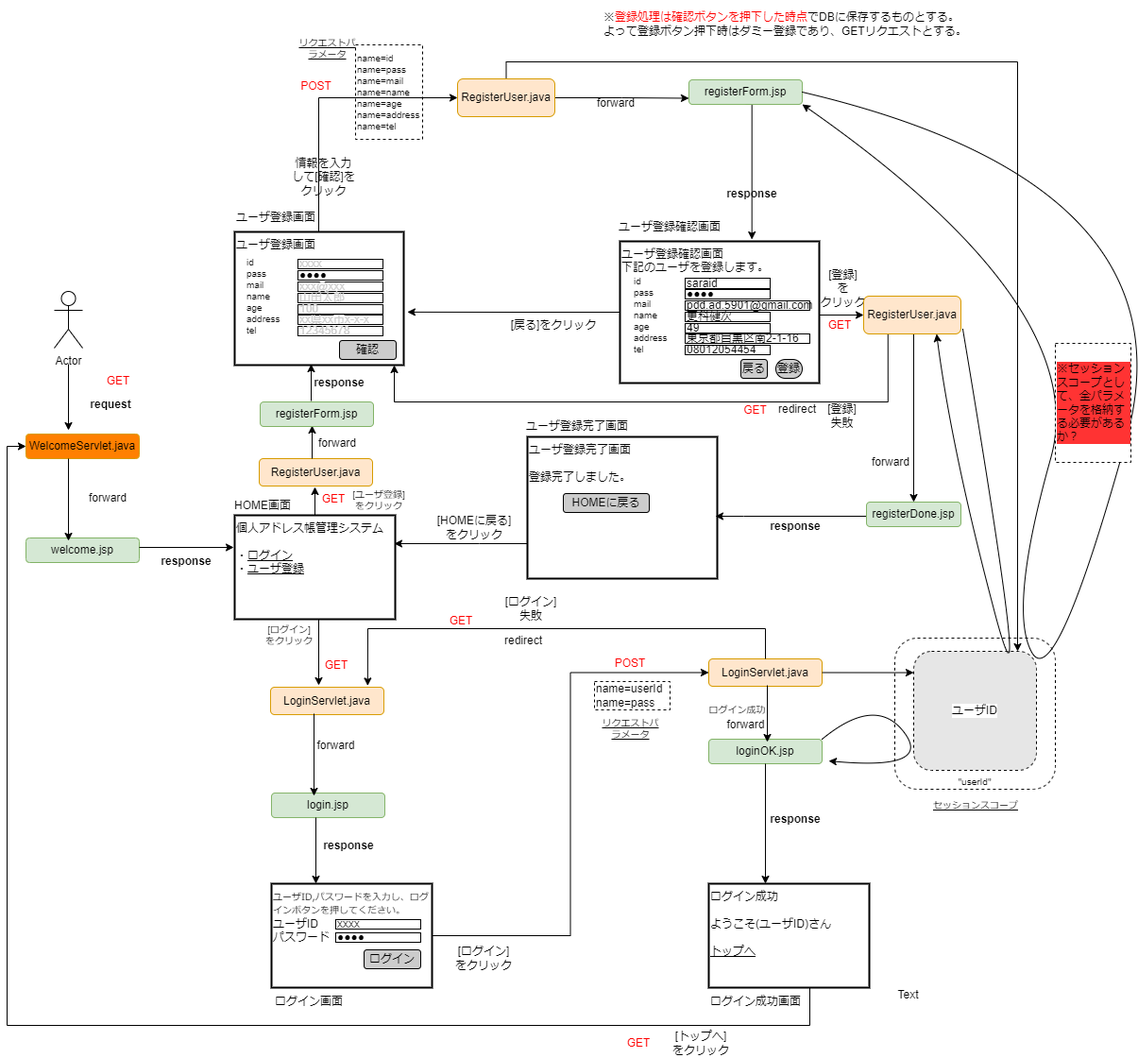
Above: 画面遷移図(拡張版2.0.0).png in saraken357/sj429-sj1401 (draw.io), before the change. Source tidied: cells renumbered, new cells last; positions are measured from the earlier drawing's top-left corner, leaving out a move shared by most shapes.
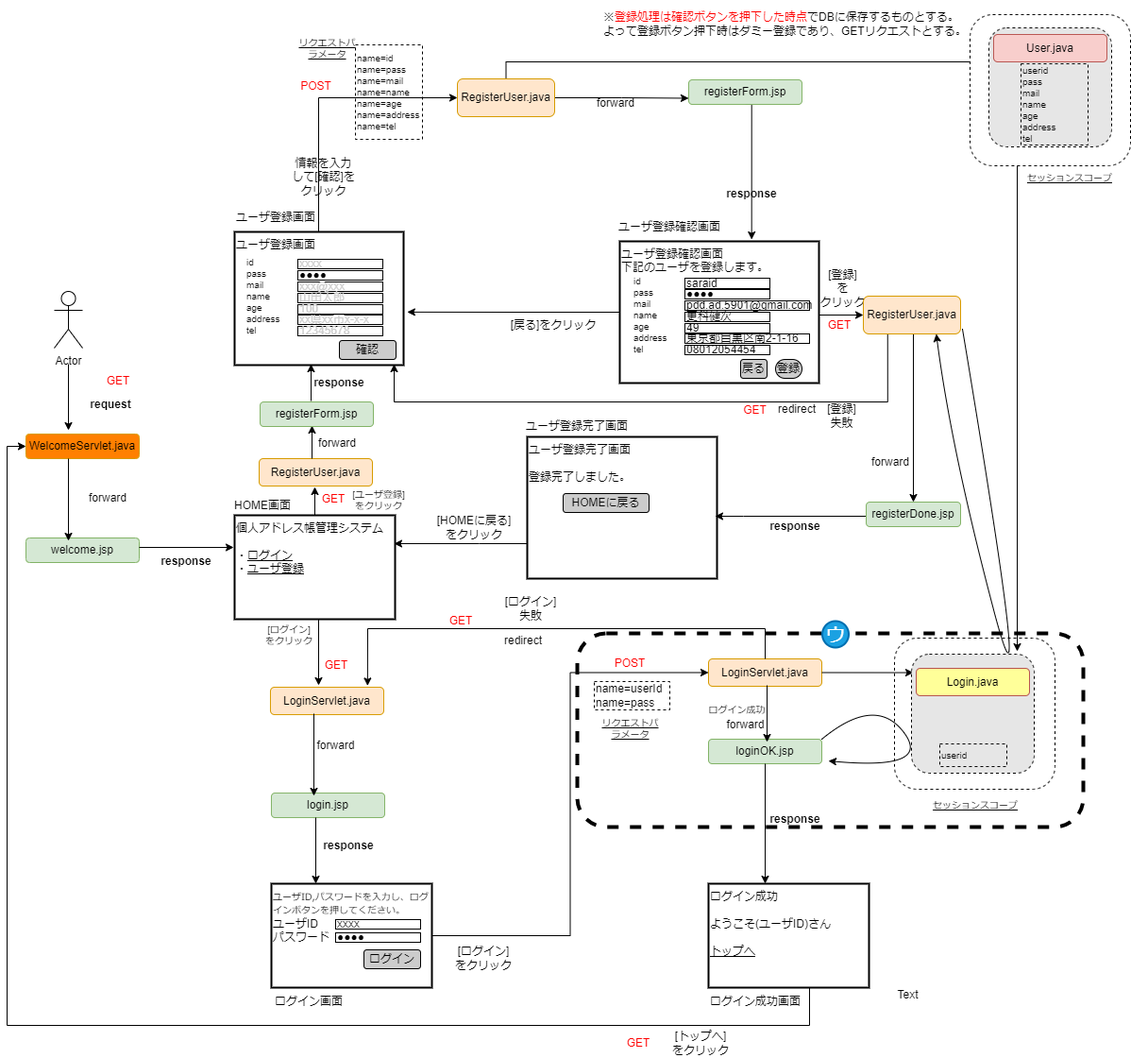
The same file after the commit.

The edit, as a diff of the source:
```diff
@@ -2,6 +2,9 @@
   <root>
     <mxCell id="0" />
     <mxCell id="1" parent="0" />
+    <mxCell id="133" value="&lt;br&gt;&lt;br&gt;&lt;br&gt;&lt;br&gt;&lt;br&gt;&lt;br&gt;&lt;br&gt;&lt;br&gt;&lt;br&gt;&lt;br&gt;&lt;br&gt;&lt;br&gt;" style="rounded=1;whiteSpace=wrap;html=1;glass=0;dashed=1;strokeColor=default;strokeWidth=4;fontSize=8;fillColor=none;" parent="1" vertex="1">
+      <mxGeometry x="604" y="670" width="536" height="205" as="geometry" />
+    </mxCell>
     <mxCell id="2" style="group;align=left;" parent="1" vertex="1">
       <mxGeometry x="265" y="379" width="170" height="140" as="geometry" />
     </mxCell>
@@ -212,17 +215,16 @@
     <mxCell id="58" value="&lt;font color=&quot;#ff0000&quot;&gt;GET&lt;/font&gt;" style="text;html=1;strokeColor=none;fillColor=none;align=center;verticalAlign=middle;whiteSpace=wrap;rounded=0;" parent="1" vertex="1">
       <mxGeometry x="629" y="1089" width="80" height="30" as="geometry" />
     </mxCell>
-    <mxCell id="59" value="&lt;br&gt;&lt;br&gt;&lt;br&gt;&lt;br&gt;&lt;br&gt;&lt;br&gt;&lt;br&gt;&lt;br&gt;&lt;br&gt;&lt;br&gt;&lt;br&gt;&lt;br&gt;&quot;userId&quot;" style="rounded=1;whiteSpace=wrap;html=1;glass=0;dashed=1;strokeColor=default;strokeWidth=1;fontSize=8;" parent="1" vertex="1">
+    <mxCell id="59" value="&lt;br&gt;&lt;br&gt;&lt;br&gt;&lt;br&gt;&lt;br&gt;&lt;br&gt;&lt;br&gt;&lt;br&gt;&lt;br&gt;&lt;br&gt;&lt;br&gt;&lt;br&gt;" style="rounded=1;whiteSpace=wrap;html=1;glass=0;dashed=1;strokeColor=default;strokeWidth=1;fontSize=8;" parent="1" vertex="1">
       <mxGeometry x="940" y="675" width="170" height="160" as="geometry" />
     </mxCell>
-    <mxCell id="60" value="&lt;font style=&quot;font-size: 12px;&quot;&gt;ユーザID&lt;/font&gt;" style="rounded=1;whiteSpace=wrap;html=1;glass=0;dashed=1;strokeColor=default;strokeWidth=1;fontSize=8;labelBackgroundColor=default;fillColor=#E6E6E6;" parent="1" vertex="1">
-      <mxGeometry x="960" y="689" width="130" height="126" as="geometry" />
-    </mxCell>
     <mxCell id="61" value="セッションスコープ" style="text;html=1;strokeColor=none;fillColor=none;align=center;verticalAlign=middle;whiteSpace=wrap;rounded=0;fontSize=8;dashed=1;glass=0;fontStyle=4;" parent="1" vertex="1">
       <mxGeometry x="976.5" y="837" width="97.5" height="30" as="geometry" />
     </mxCell>
-    <mxCell id="62" style="endArrow=classic;html=1;rounded=0;fontSize=12;exitX=1;exitY=0.5;exitDx=0;exitDy=0;entryX=0;entryY=0.179;entryDx=0;entryDy=0;entryPerimeter=0;" parent="1" edge="1" source="45" target="60">
-      <mxGeometry relative="1" as="geometry" />
+    <mxCell id="62" style="endArrow=classic;html=1;rounded=0;fontSize=12;exitX=1;exitY=0.5;exitDx=0;exitDy=0;entryX=0;entryY=0.179;entryDx=0;entryDy=0;entryPerimeter=0;" parent="1" edge="1" source="45">
+      <mxGeometry relative="1" as="geometry">
+        <mxPoint x="960" y="711.6" as="targetPoint" />
+      </mxGeometry>
     </mxCell>
     <mxCell id="63" value="Text" style="text;html=1;align=center;verticalAlign=middle;" parent="1" vertex="1">
       <mxGeometry x="929" y="1038" width="50" height="30" as="geometry" />
@@ -377,8 +379,9 @@
     <mxCell id="106" style="edgeStyle=orthogonalEdgeStyle;rounded=0;jettySize=auto;html=1;entryX=0;entryY=0.75;entryDx=0;entryDy=0;fontSize=10;fontColor=#CCCCCC;" parent="1" edge="1" source="108" target="113">
       <mxGeometry relative="1" as="geometry" />
     </mxCell>
-    <mxCell id="107" style="edgeStyle=orthogonalEdgeStyle;rounded=0;jettySize=auto;html=1;fontSize=10;fontColor=#000000;" parent="1" edge="1" source="108" target="60">
+    <mxCell id="107" style="edgeStyle=orthogonalEdgeStyle;rounded=0;jettySize=auto;html=1;fontSize=10;fontColor=#000000;" parent="1" edge="1" source="108">
       <mxGeometry relative="1" as="geometry">
+        <mxPoint x="1070" y="689" as="targetPoint" />
         <Array as="points">
           <mxPoint x="529" y="65" />
           <mxPoint x="1070" y="65" />
@@ -441,8 +444,9 @@
         </Array>
       </mxGeometry>
     </mxCell>
-    <mxCell id="120" style="edgeStyle=orthogonalEdgeStyle;rounded=0;jettySize=auto;html=1;exitX=0.25;exitY=1;exitDx=0;exitDy=0;entryX=1.011;entryY=0.863;entryDx=0;entryDy=0;entryPerimeter=0;fontSize=10;fontColor=#CCCCCC;" parent="1" edge="1" source="121" target="65">
+    <mxCell id="120" style="edgeStyle=orthogonalEdgeStyle;rounded=0;jettySize=auto;html=1;exitX=0.25;exitY=1;exitDx=0;exitDy=0;fontSize=10;fontColor=#CCCCCC;" parent="1" edge="1" source="121">
       <mxGeometry relative="1" as="geometry">
+        <mxPoint x="410" y="385" as="targetPoint" />
         <Array as="points">
           <mxPoint x="933" y="425" />
           <mxPoint x="410" y="425" />
@@ -491,21 +495,35 @@
     <mxCell id="129" value="&lt;font color=&quot;#ff0000&quot;&gt;GET&lt;/font&gt;" style="text;html=1;strokeColor=none;fillColor=none;align=center;verticalAlign=middle;whiteSpace=wrap;rounded=0;" parent="1" vertex="1">
       <mxGeometry x="768" y="422" width="49" height="23" as="geometry" />
     </mxCell>
-    <mxCell id="130" style="curved=1;endArrow=classic;html=1;rounded=0;fontSize=10;fontColor=#CCCCCC;exitX=1;exitY=0.5;exitDx=0;exitDy=0;entryX=1;entryY=1;entryDx=0;entryDy=0;" parent="1" edge="1" source="113" target="113">
-      <mxGeometry relative="1" as="geometry">
-        <Array as="points">
-          <mxPoint x="1260" y="195" />
-          <mxPoint x="1110" y="735" />
-          <mxPoint x="1060" y="645" />
-          <mxPoint x="1150" y="325" />
-        </Array>
-      </mxGeometry>
-    </mxCell>
     <mxCell id="131" value="※&lt;font color=&quot;#ff0000&quot;&gt;登録処理は確認ボタンを押下した時点&lt;/font&gt;でDBに保存するものとする。よって登録ボタン押下時はダミー登録であり、GETリクエストとする。" style="text;html=1;strokeColor=none;fillColor=none;align=left;verticalAlign=middle;whiteSpace=wrap;rounded=0;" parent="1" vertex="1">
       <mxGeometry x="630" width="390" height="50" as="geometry" />
     </mxCell>
-    <mxCell id="132" value="※セッションスコープとして、全パラメータを格納する必要があるか？" style="rounded=0;whiteSpace=wrap;html=1;strokeWidth=1;align=left;dashed=1;labelBackgroundColor=#FF3333;" parent="1" vertex="1">
-      <mxGeometry x="1110" y="363" width="80" height="126" as="geometry" />
-    </mxCell>
+    <mxCell id="134" value="&lt;br&gt;&lt;br&gt;&lt;br&gt;&lt;br&gt;&lt;br&gt;&lt;br&gt;&lt;br&gt;&lt;br&gt;&lt;br&gt;&lt;br&gt;&lt;br&gt;&lt;br&gt;" style="rounded=1;whiteSpace=wrap;html=1;glass=0;dashed=1;strokeColor=default;strokeWidth=1;fontSize=8;" parent="1" vertex="1">
+      <mxGeometry x="1020" y="15" width="170" height="160" as="geometry" />
+    </mxCell>
+    <mxCell id="135" style="rounded=1;whiteSpace=wrap;html=1;glass=0;dashed=1;strokeColor=default;strokeWidth=1;fontSize=8;labelBackgroundColor=default;fillColor=#E6E6E6;" parent="1" vertex="1">
+      <mxGeometry x="1040" y="29" width="130" height="126" as="geometry" />
+    </mxCell>
+    <mxCell id="136" style="rounded=1;whiteSpace=wrap;html=1;glass=0;dashed=1;strokeColor=default;strokeWidth=1;fontSize=8;labelBackgroundColor=default;fillColor=#E6E6E6;verticalAlign=middle;" parent="1" vertex="1">
+      <mxGeometry x="958" y="692" width="130" height="126" as="geometry" />
+    </mxCell>
+    <mxCell id="137" value="Login.java" style="rounded=1;whiteSpace=wrap;html=1;fillColor=#FFFF99;strokeColor=#b85450;" parent="1" vertex="1">
+      <mxGeometry x="963" y="707" width="120" height="29" as="geometry" />
+    </mxCell>
+    <mxCell id="138" value="User.java" style="rounded=1;whiteSpace=wrap;html=1;fillColor=#f8cecc;strokeColor=#b85450;" parent="1" vertex="1">
+      <mxGeometry x="1045" y="36" width="120" height="29" as="geometry" />
+    </mxCell>
+    <mxCell id="139" value="セッションスコープ" style="text;html=1;strokeColor=none;fillColor=none;align=center;verticalAlign=middle;whiteSpace=wrap;rounded=0;fontSize=8;dashed=1;glass=0;fontStyle=4;" parent="1" vertex="1">
+      <mxGeometry x="1076.5" y="173" width="97.5" height="30" as="geometry" />
+    </mxCell>
+    <mxCell id="140" value="&lt;font color=&quot;#000000&quot;&gt;userid&lt;br&gt;pass&lt;br&gt;mail&lt;br&gt;name&lt;br&gt;age&lt;br&gt;address&lt;br&gt;tel&lt;br&gt;&lt;/font&gt;" style="rounded=0;whiteSpace=wrap;html=1;labelBackgroundColor=none;fontSize=9;fontColor=#CCCCCC;strokeColor=default;fillColor=none;align=left;dashed=1;" parent="1" vertex="1">
+      <mxGeometry x="1074" y="67" width="71" height="86" as="geometry" />
+    </mxCell>
+    <mxCell id="141" value="&lt;font color=&quot;#000000&quot;&gt;userid&lt;br&gt;&lt;/font&gt;" style="rounded=0;whiteSpace=wrap;html=1;labelBackgroundColor=none;fontSize=9;fontColor=#CCCCCC;strokeColor=default;fillColor=none;align=left;dashed=1;" parent="1" vertex="1">
+      <mxGeometry x="988" y="787" width="71" height="24" as="geometry" />
+    </mxCell>
+    <mxCell id="142" value="ウ" style="ellipse;whiteSpace=wrap;html=1;labelBackgroundColor=none;strokeWidth=2;fontSize=20;fontColor=#ffffff;fillColor=#1ba1e2;strokeColor=#006EAF;" parent="1" vertex="1">
+      <mxGeometry x="863.5" y="657" width="28" height="28" as="geometry" />
+    </mxCell>
   </root>
 </mxGraphModel>
```
